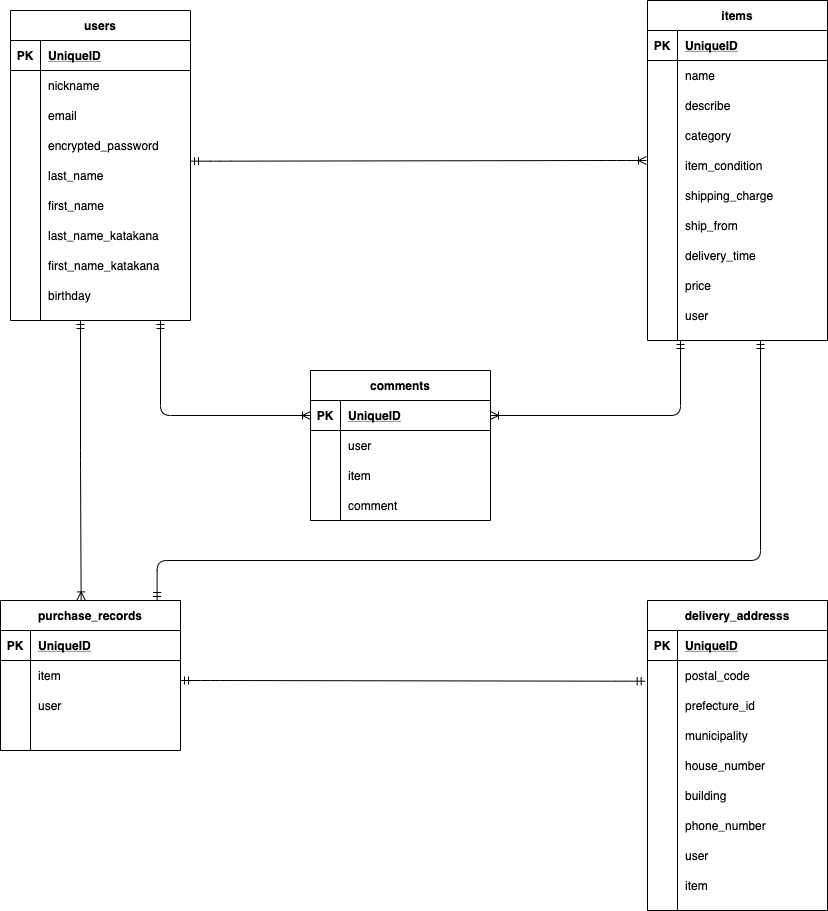
kurayoshi1976/furima-34499 keeps this draw.io diagram as public/furima.drawio.png. Above is the earlier version. Source tidied: cells renumbered, new cells last; positions are measured from the earlier drawing's top-left corner, leaving out a move shared by most shapes.
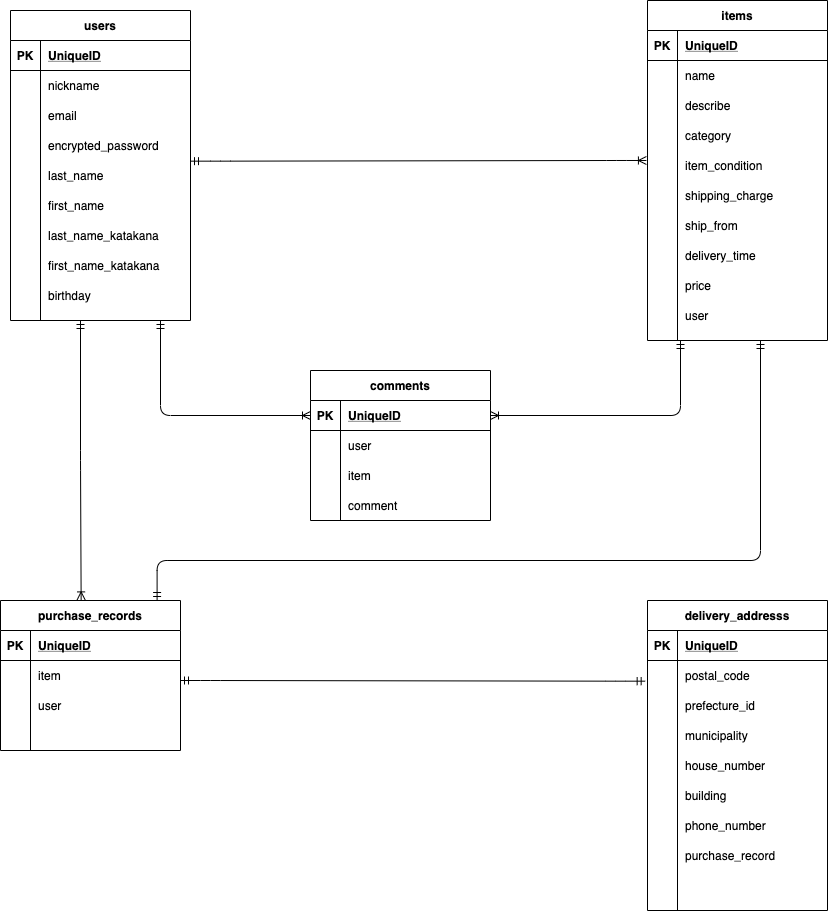
After the commit.

Commit message:
データベース設計修正#2

What changed in the source:
```diff
@@ -329,7 +329,7 @@
     <mxCell id="110" style="shape=partialRectangle;fillColor=none;top=0;left=0;bottom=0;right=0;overflow=hidden;" parent="109" vertex="1">
       <mxGeometry width="30" height="30" as="geometry" />
     </mxCell>
-    <mxCell id="111" value="user" style="shape=partialRectangle;fillColor=none;top=0;left=0;bottom=0;right=0;align=left;spacingLeft=6;overflow=hidden;" parent="109" vertex="1">
+    <mxCell id="111" value="purchase_record" style="shape=partialRectangle;fillColor=none;top=0;left=0;bottom=0;right=0;align=left;spacingLeft=6;overflow=hidden;" parent="109" vertex="1">
       <mxGeometry x="30" width="150" height="30" as="geometry" />
     </mxCell>
     <mxCell id="112" style="shape=partialRectangle;fillColor=none;top=0;left=0;bottom=0;right=0;" parent="87" vertex="1">
@@ -338,7 +338,7 @@
     <mxCell id="113" style="shape=partialRectangle;fillColor=none;top=0;left=0;bottom=0;right=0;overflow=hidden;" parent="112" vertex="1">
       <mxGeometry width="30" height="30" as="geometry" />
     </mxCell>
-    <mxCell id="114" value="item" style="shape=partialRectangle;fillColor=none;top=0;left=0;bottom=0;right=0;align=left;spacingLeft=6;overflow=hidden;" parent="112" vertex="1">
+    <mxCell id="114" style="shape=partialRectangle;fillColor=none;top=0;left=0;bottom=0;right=0;align=left;spacingLeft=6;overflow=hidden;" parent="112" vertex="1">
       <mxGeometry x="30" width="150" height="30" as="geometry" />
     </mxCell>
     <mxCell id="115" style="edgeStyle=entityRelationEdgeStyle;fontSize=12;html=1;endArrow=ERmandOne;startArrow=ERmandOne;entryX=-0.013;entryY=0.689;entryDx=0;entryDy=0;entryPerimeter=0;" parent="1" edge="1" target="91">
```
